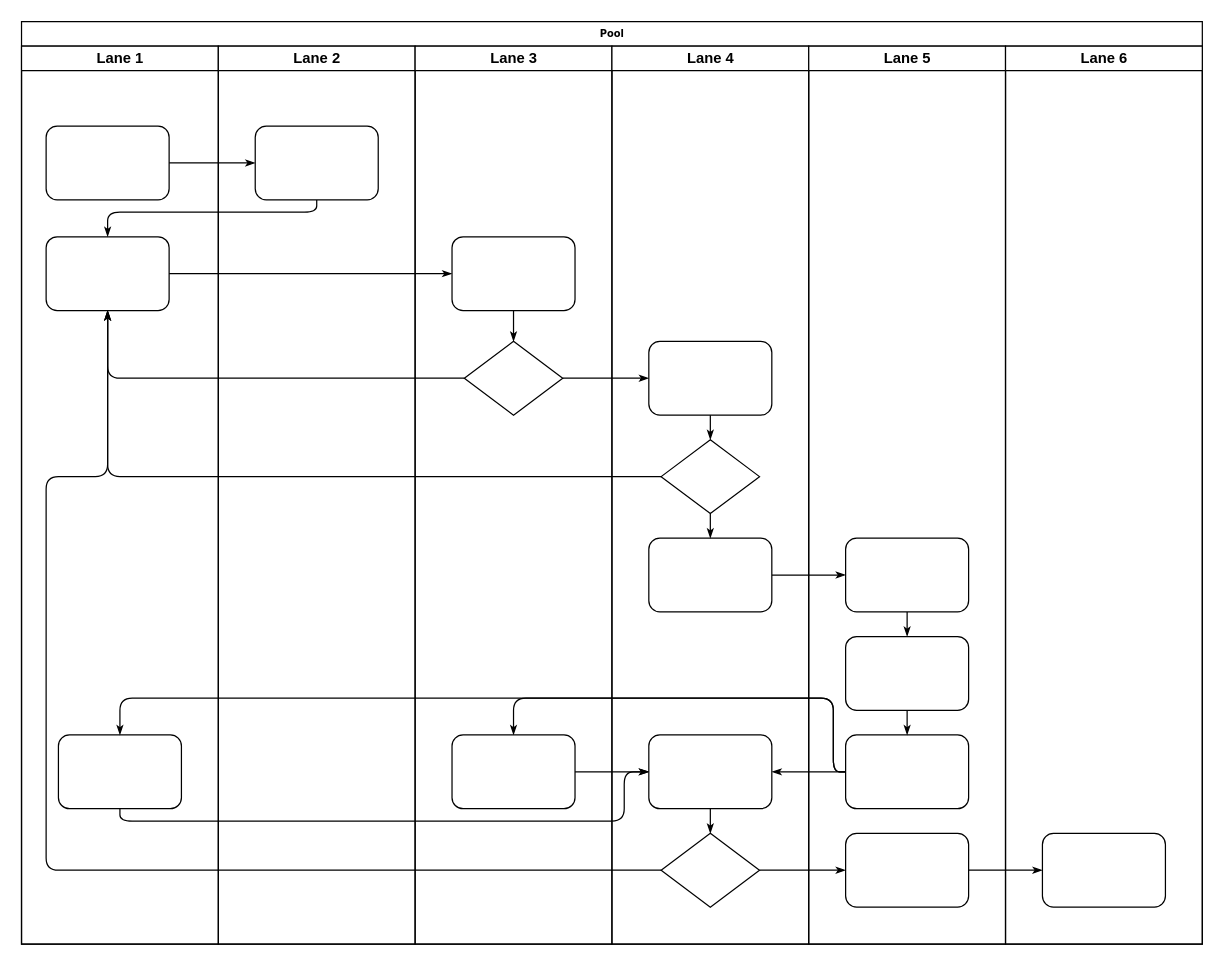
Before: Untitled Diagram.drawio in raichalvarghese/Weather-Forecast-MiniProject, a draw.io diagram. Source tidied: cells renumbered, new cells numbered last; positions are measured from the earlier drawing's top-left corner, leaving out a move shared by most shapes. Both pictures are drawn from the tidied source at 123%, with x=0, y=0 at pixel (21, 21).
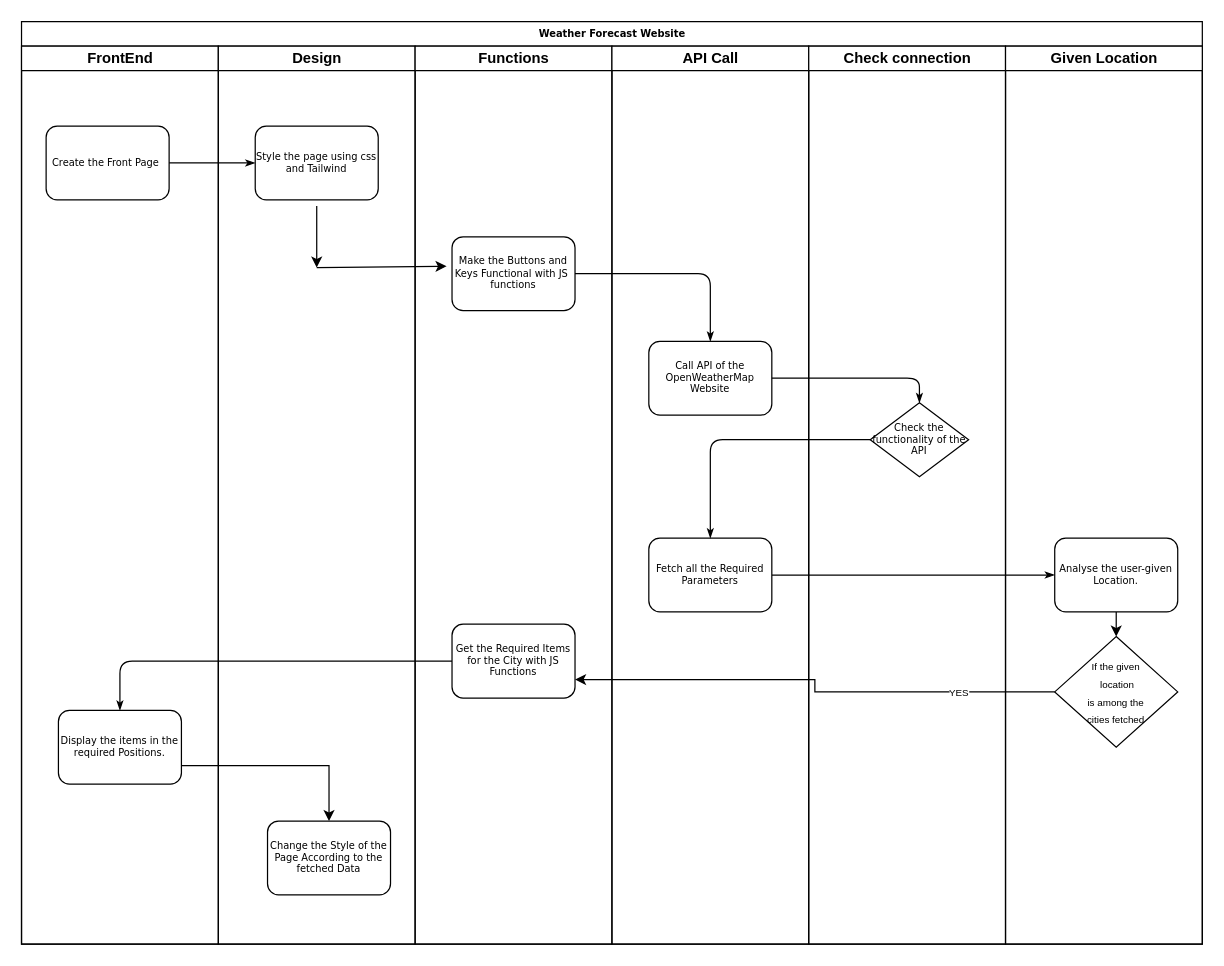
The same page after the edit.

The edit, as a diff of the source:
```diff
@@
-    <mxCell id="2" value="Pool" style="swimlane;html=1;startSize=20;rounded=0;shadow=0;labelBackgroundColor=none;strokeWidth=1;fontFamily=Verdana;fontSize=8;align=center;" parent="1" vertex="1">
+    <mxCell id="2" value="Weather Forecast Website" style="swimlane;html=1;startSize=20;rounded=0;shadow=0;labelBackgroundColor=none;strokeWidth=1;fontFamily=Verdana;fontSize=8;align=center;" parent="1" vertex="1">
       <mxGeometry width="960" height="750" as="geometry" />
     </mxCell>
-    <mxCell id="3" value="Lane 1" style="swimlane;html=1;startSize=20;" parent="2" vertex="1">
+    <mxCell id="3" value="FrontEnd" style="swimlane;html=1;startSize=20;" parent="2" vertex="1">
       <mxGeometry y="20" width="160" height="730" as="geometry" />
     </mxCell>
-    <mxCell id="4" style="rounded=1;whiteSpace=wrap;html=1;shadow=0;labelBackgroundColor=none;strokeWidth=1;fontFamily=Verdana;fontSize=8;align=center;" parent="3" vertex="1">
+    <mxCell id="4" value="Create the Front Page&amp;nbsp;" style="rounded=1;whiteSpace=wrap;html=1;shadow=0;labelBackgroundColor=none;strokeWidth=1;fontFamily=Verdana;fontSize=8;align=center;" parent="3" vertex="1">
       <mxGeometry x="20" y="65" width="100" height="60" as="geometry" />
     </mxCell>
-    <mxCell id="5" style="rounded=1;whiteSpace=wrap;html=1;shadow=0;labelBackgroundColor=none;strokeWidth=1;fontFamily=Verdana;fontSize=8;align=center;" parent="3" vertex="1">
-      <mxGeometry x="20" y="155" width="100" height="60" as="geometry" />
-    </mxCell>
-    <mxCell id="6" style="rounded=1;whiteSpace=wrap;html=1;shadow=0;labelBackgroundColor=none;strokeWidth=1;fontFamily=Verdana;fontSize=8;align=center;" parent="3" vertex="1">
-      <mxGeometry x="30" y="560" width="100" height="60" as="geometry" />
-    </mxCell>
+    <mxCell id="41" value="Display the items in the required Positions." style="rounded=1;whiteSpace=wrap;html=1;shadow=0;labelBackgroundColor=none;strokeWidth=1;fontFamily=Verdana;fontSize=8;align=center;" parent="3" vertex="1">
+      <mxGeometry x="30" y="540" width="100" height="60" as="geometry" />
+    </mxCell>
@@
-    <mxCell id="8" style="edgeStyle=orthogonalEdgeStyle;rounded=1;html=1;labelBackgroundColor=none;startArrow=none;startFill=0;startSize=5;endArrow=classicThin;endFill=1;endSize=5;jettySize=auto;strokeWidth=1;fontFamily=Verdana;fontSize=8;" parent="2" edge="1" source="23" target="5">
-      <mxGeometry relative="1" as="geometry">
-        <Array as="points">
-          <mxPoint x="240" y="155" />
-          <mxPoint x="70" y="155" />
-        </Array>
-      </mxGeometry>
-    </mxCell>
-    <mxCell id="9" style="edgeStyle=orthogonalEdgeStyle;rounded=1;html=1;labelBackgroundColor=none;startArrow=none;startFill=0;startSize=5;endArrow=classicThin;endFill=1;endSize=5;jettySize=auto;strokeWidth=1;fontFamily=Verdana;fontSize=8;" parent="2" edge="1" source="5" target="25">
-      <mxGeometry relative="1" as="geometry" />
-    </mxCell>
-    <mxCell id="10" style="edgeStyle=orthogonalEdgeStyle;rounded=1;html=1;labelBackgroundColor=none;startArrow=none;startFill=0;startSize=5;endArrow=classicThin;endFill=1;endSize=5;jettySize=auto;strokeWidth=1;fontFamily=Verdana;fontSize=8;" parent="2" edge="1" source="26" target="5">
-      <mxGeometry relative="1" as="geometry" />
-    </mxCell>
-    <mxCell id="11" style="edgeStyle=orthogonalEdgeStyle;rounded=1;html=1;labelBackgroundColor=none;startArrow=none;startFill=0;startSize=5;endArrow=classicThin;endFill=1;endSize=5;jettySize=auto;strokeWidth=1;fontFamily=Verdana;fontSize=8;" parent="2" edge="1" source="31" target="5">
-      <mxGeometry relative="1" as="geometry" />
-    </mxCell>
-    <mxCell id="12" style="edgeStyle=orthogonalEdgeStyle;rounded=1;html=1;labelBackgroundColor=none;startArrow=none;startFill=0;startSize=5;endArrow=classicThin;endFill=1;endSize=5;jettySize=auto;strokeWidth=1;fontFamily=Verdana;fontSize=8;" parent="2" edge="1" source="34" target="5">
-      <mxGeometry relative="1" as="geometry">
-        <Array as="points">
-          <mxPoint x="20" y="690" />
-          <mxPoint x="20" y="370" />
-          <mxPoint x="70" y="370" />
-        </Array>
-      </mxGeometry>
-    </mxCell>
-    <mxCell id="13" style="edgeStyle=orthogonalEdgeStyle;rounded=1;html=1;labelBackgroundColor=none;startArrow=none;startFill=0;startSize=5;endArrow=classicThin;endFill=1;endSize=5;jettySize=auto;strokeWidth=1;fontFamily=Verdana;fontSize=8;" parent="2" edge="1" source="26" target="30">
-      <mxGeometry relative="1" as="geometry" />
-    </mxCell>
-    <mxCell id="14" style="edgeStyle=orthogonalEdgeStyle;rounded=1;html=1;labelBackgroundColor=none;startArrow=none;startFill=0;startSize=5;endArrow=classicThin;endFill=1;endSize=5;jettySize=auto;strokeWidth=1;fontFamily=Verdana;fontSize=8;" parent="2" edge="1" source="34" target="42">
-      <mxGeometry relative="1" as="geometry" />
-    </mxCell>
-    <mxCell id="15" style="edgeStyle=orthogonalEdgeStyle;rounded=1;html=1;labelBackgroundColor=none;startArrow=none;startFill=0;startSize=5;endArrow=classicThin;endFill=1;endSize=5;jettySize=auto;strokeWidth=1;fontFamily=Verdana;fontSize=8;" parent="2" edge="1" source="42" target="46">
-      <mxGeometry relative="1" as="geometry" />
-    </mxCell>
@@
-    <mxCell id="17" style="edgeStyle=orthogonalEdgeStyle;rounded=1;html=1;labelBackgroundColor=none;startArrow=none;startFill=0;startSize=5;endArrow=classicThin;endFill=1;endSize=5;jettySize=auto;strokeWidth=1;fontFamily=Verdana;fontSize=8;" parent="2" edge="1" source="41" target="27">
-      <mxGeometry relative="1" as="geometry">
-        <Array as="points">
-          <mxPoint x="660" y="610" />
-          <mxPoint x="660" y="550" />
-          <mxPoint x="400" y="550" />
-        </Array>
-      </mxGeometry>
-    </mxCell>
-    <mxCell id="18" style="edgeStyle=orthogonalEdgeStyle;rounded=1;html=1;labelBackgroundColor=none;startArrow=none;startFill=0;startSize=5;endArrow=classicThin;endFill=1;endSize=5;jettySize=auto;strokeColor=#000000;strokeWidth=1;fontFamily=Verdana;fontSize=8;fontColor=#000000;" parent="2" edge="1" source="41" target="33">
-      <mxGeometry relative="1" as="geometry" />
-    </mxCell>
-    <mxCell id="19" style="edgeStyle=orthogonalEdgeStyle;rounded=1;html=1;labelBackgroundColor=none;startArrow=none;startFill=0;startSize=5;endArrow=classicThin;endFill=1;endSize=5;jettySize=auto;strokeWidth=1;fontFamily=Verdana;fontSize=8;" parent="2" edge="1" source="41" target="6">
-      <mxGeometry relative="1" as="geometry">
-        <Array as="points">
-          <mxPoint x="660" y="610" />
-          <mxPoint x="660" y="550" />
-          <mxPoint x="80" y="550" />
-        </Array>
-      </mxGeometry>
-    </mxCell>
-    <mxCell id="20" style="edgeStyle=orthogonalEdgeStyle;rounded=1;html=1;labelBackgroundColor=none;startArrow=none;startFill=0;startSize=5;endArrow=classicThin;endFill=1;endSize=5;jettySize=auto;strokeWidth=1;fontFamily=Verdana;fontSize=8;" parent="2" edge="1" source="6" target="33">
-      <mxGeometry relative="1" as="geometry">
-        <Array as="points">
-          <mxPoint x="80" y="650" />
-          <mxPoint x="490" y="650" />
-          <mxPoint x="490" y="610" />
-        </Array>
-      </mxGeometry>
-    </mxCell>
-    <mxCell id="21" style="edgeStyle=orthogonalEdgeStyle;rounded=1;html=1;labelBackgroundColor=none;startArrow=none;startFill=0;startSize=5;endArrow=classicThin;endFill=1;endSize=5;jettySize=auto;strokeWidth=1;fontFamily=Verdana;fontSize=8;" parent="2" edge="1" source="27" target="33">
-      <mxGeometry relative="1" as="geometry" />
-    </mxCell>
-    <mxCell id="22" value="Lane 2" style="swimlane;html=1;startSize=20;" parent="2" vertex="1">
+    <mxCell id="22" value="Design" style="swimlane;html=1;startSize=20;" parent="2" vertex="1">
       <mxGeometry x="160" y="20" width="160" height="730" as="geometry" />
     </mxCell>
-    <mxCell id="23" style="rounded=1;whiteSpace=wrap;html=1;shadow=0;labelBackgroundColor=none;strokeWidth=1;fontFamily=Verdana;fontSize=8;align=center;" parent="22" vertex="1">
+    <mxCell id="23" value="Style the page using css and Tailwind" style="rounded=1;whiteSpace=wrap;html=1;shadow=0;labelBackgroundColor=none;strokeWidth=1;fontFamily=Verdana;fontSize=8;align=center;" parent="22" vertex="1">
       <mxGeometry x="30" y="65" width="100" height="60" as="geometry" />
     </mxCell>
+    <mxCell id="47" value="Change the Style of the Page According to the fetched Data" style="rounded=1;whiteSpace=wrap;html=1;shadow=0;labelBackgroundColor=none;strokeWidth=1;fontFamily=Verdana;fontSize=8;align=center;" parent="22" vertex="1">
+      <mxGeometry x="40" y="630" width="100" height="60" as="geometry" />
+    </mxCell>
-    <mxCell id="24" value="Lane 3" style="swimlane;html=1;startSize=20;" parent="2" vertex="1">
+    <mxCell id="24" value="Functions" style="swimlane;html=1;startSize=20;" parent="2" vertex="1">
       <mxGeometry x="320" y="20" width="160" height="730" as="geometry" />
     </mxCell>
-    <mxCell id="25" style="rounded=1;whiteSpace=wrap;html=1;shadow=0;labelBackgroundColor=none;strokeWidth=1;fontFamily=Verdana;fontSize=8;align=center;" parent="24" vertex="1">
+    <mxCell id="25" value="Make the Buttons and Keys Functional with JS&amp;nbsp;&lt;br&gt;functions" style="rounded=1;whiteSpace=wrap;html=1;shadow=0;labelBackgroundColor=none;strokeWidth=1;fontFamily=Verdana;fontSize=8;align=center;" parent="24" vertex="1">
       <mxGeometry x="30" y="155" width="100" height="60" as="geometry" />
     </mxCell>
-    <mxCell id="26" style="rhombus;whiteSpace=wrap;html=1;rounded=0;shadow=0;labelBackgroundColor=none;strokeWidth=1;fontFamily=Verdana;fontSize=8;align=center;" parent="24" vertex="1">
-      <mxGeometry x="40" y="240" width="80" height="60" as="geometry" />
-    </mxCell>
-    <mxCell id="27" style="rounded=1;whiteSpace=wrap;html=1;shadow=0;labelBackgroundColor=none;strokeWidth=1;fontFamily=Verdana;fontSize=8;align=center;" parent="24" vertex="1">
-      <mxGeometry x="30" y="560" width="100" height="60" as="geometry" />
-    </mxCell>
-    <mxCell id="28" style="edgeStyle=orthogonalEdgeStyle;rounded=1;html=1;labelBackgroundColor=none;startArrow=none;startFill=0;startSize=5;endArrow=classicThin;endFill=1;endSize=5;jettySize=auto;strokeWidth=1;fontFamily=Verdana;fontSize=8;" parent="24" edge="1" source="25" target="26">
-      <mxGeometry relative="1" as="geometry" />
-    </mxCell>
+    <mxCell id="40" value="Get the Required Items for the City with JS Functions" style="rounded=1;whiteSpace=wrap;html=1;shadow=0;labelBackgroundColor=none;strokeWidth=1;fontFamily=Verdana;fontSize=8;align=center;" parent="24" vertex="1">
+      <mxGeometry x="30" y="470" width="100" height="60" as="geometry" />
+    </mxCell>
-    <mxCell id="29" value="Lane 4" style="swimlane;html=1;startSize=20;" parent="2" vertex="1">
+    <mxCell id="29" value="API Call" style="swimlane;html=1;startSize=20;" parent="2" vertex="1">
       <mxGeometry x="480" y="20" width="160" height="730" as="geometry" />
     </mxCell>
-    <mxCell id="30" style="rounded=1;whiteSpace=wrap;html=1;shadow=0;labelBackgroundColor=none;strokeWidth=1;fontFamily=Verdana;fontSize=8;align=center;" parent="29" vertex="1">
+    <mxCell id="30" value="Call API of the OpenWeatherMap Website" style="rounded=1;whiteSpace=wrap;html=1;shadow=0;labelBackgroundColor=none;strokeWidth=1;fontFamily=Verdana;fontSize=8;align=center;" parent="29" vertex="1">
       <mxGeometry x="30" y="240" width="100" height="60" as="geometry" />
     </mxCell>
+    <mxCell id="32" value="Fetch all the Required Parameters" style="rounded=1;whiteSpace=wrap;html=1;shadow=0;labelBackgroundColor=none;strokeWidth=1;fontFamily=Verdana;fontSize=8;align=center;" parent="29" vertex="1">
+      <mxGeometry x="30" y="400" width="100" height="60" as="geometry" />
+    </mxCell>
+    <mxCell id="38" value="Check connection" style="swimlane;html=1;startSize=20;" parent="2" vertex="1">
+      <mxGeometry x="640" y="20" width="160" height="730" as="geometry" />
+    </mxCell>
-    <mxCell id="31" style="rhombus;whiteSpace=wrap;html=1;rounded=0;shadow=0;labelBackgroundColor=none;strokeWidth=1;fontFamily=Verdana;fontSize=8;align=center;" parent="29" vertex="1">
-      <mxGeometry x="40" y="320" width="80" height="60" as="geometry" />
+    <mxCell id="31" value="Check the functionality of the API" style="rhombus;whiteSpace=wrap;html=1;rounded=0;shadow=0;labelBackgroundColor=none;strokeWidth=1;fontFamily=Verdana;fontSize=8;align=center;" parent="38" vertex="1">
+      <mxGeometry x="50" y="290" width="80" height="60" as="geometry" />
     </mxCell>
-    <mxCell id="32" style="rounded=1;whiteSpace=wrap;html=1;shadow=0;labelBackgroundColor=none;strokeWidth=1;fontFamily=Verdana;fontSize=8;align=center;" parent="29" vertex="1">
-      <mxGeometry x="30" y="400" width="100" height="60" as="geometry" />
-    </mxCell>
-    <mxCell id="33" style="rounded=1;whiteSpace=wrap;html=1;shadow=0;labelBackgroundColor=none;strokeWidth=1;fontFamily=Verdana;fontSize=8;align=center;" parent="29" vertex="1">
-      <mxGeometry x="30" y="560" width="100" height="60" as="geometry" />
-    </mxCell>
-    <mxCell id="34" style="rhombus;whiteSpace=wrap;html=1;rounded=0;shadow=0;labelBackgroundColor=none;strokeWidth=1;fontFamily=Verdana;fontSize=8;align=center;" parent="29" vertex="1">
-      <mxGeometry x="40" y="640" width="80" height="60" as="geometry" />
-    </mxCell>
+    <mxCell id="45" value="Given Location" style="swimlane;html=1;startSize=20;" parent="2" vertex="1">
+      <mxGeometry x="800" y="20" width="160" height="730" as="geometry" />
+    </mxCell>
+    <mxCell id="48" style="edgeStyle=orthogonalEdgeStyle;rounded=0;jettySize=auto;html=1;exitX=0.5;exitY=1;exitDx=0;exitDy=0;entryX=0.5;entryY=0;entryDx=0;entryDy=0;fontSize=8;" parent="45" edge="1" source="39" target="49">
+      <mxGeometry relative="1" as="geometry" />
+    </mxCell>
+    <mxCell id="39" value="Analyse the user-given Location." style="rounded=1;whiteSpace=wrap;html=1;shadow=0;labelBackgroundColor=none;strokeWidth=1;fontFamily=Verdana;fontSize=8;align=center;" parent="45" vertex="1">
+      <mxGeometry x="40" y="400" width="100" height="60" as="geometry" />
+    </mxCell>
+    <mxCell id="49" value="&lt;font style=&quot;font-size: 8px;&quot;&gt;If the given&lt;br&gt;&amp;nbsp;location &lt;br&gt;is among the &lt;br&gt;cities fetched&lt;/font&gt;" style="rhombus;whiteSpace=wrap;html=1;" parent="45" vertex="1">
+      <mxGeometry x="40" y="480" width="100" height="90" as="geometry" />
+    </mxCell>
+    <mxCell id="50" style="edgeStyle=orthogonalEdgeStyle;rounded=0;orthogonalLoop=1;jettySize=auto;html=1;exitX=0.5;exitY=1;exitDx=0;exitDy=0;fontSize=8;" parent="45" edge="1" source="49" target="49">
+      <mxGeometry relative="1" as="geometry" />
+    </mxCell>
+    <mxCell id="28" style="edgeStyle=orthogonalEdgeStyle;rounded=1;html=1;labelBackgroundColor=none;startArrow=none;startFill=0;startSize=5;endArrow=classicThin;endFill=1;endSize=5;jettySize=auto;strokeWidth=1;fontFamily=Verdana;fontSize=8;entryX=0.5;entryY=0;entryDx=0;entryDy=0;" parent="2" edge="1" source="25" target="30">
+      <mxGeometry relative="1" as="geometry" />
+    </mxCell>
-    <mxCell id="35" style="edgeStyle=orthogonalEdgeStyle;rounded=1;html=1;labelBackgroundColor=none;startArrow=none;startFill=0;startSize=5;endArrow=classicThin;endFill=1;endSize=5;jettySize=auto;strokeColor=#000000;strokeWidth=1;fontFamily=Verdana;fontSize=8;fontColor=#000000;" parent="29" edge="1" source="30" target="31">
-      <mxGeometry relative="1" as="geometry" />
+    <mxCell id="35" style="edgeStyle=orthogonalEdgeStyle;rounded=1;html=1;labelBackgroundColor=none;startArrow=none;startFill=0;startSize=5;endArrow=classicThin;endFill=1;endSize=5;jettySize=auto;strokeColor=#000000;strokeWidth=1;fontFamily=Verdana;fontSize=8;fontColor=#000000;" parent="2" edge="1" source="30" target="31">
+      <mxGeometry relative="1" as="geometry">
+        <Array as="points">
+          <mxPoint x="730" y="290" />
+        </Array>
+      </mxGeometry>
     </mxCell>
-    <mxCell id="36" style="edgeStyle=orthogonalEdgeStyle;rounded=1;html=1;labelBackgroundColor=none;startArrow=none;startFill=0;startSize=5;endArrow=classicThin;endFill=1;endSize=5;jettySize=auto;strokeWidth=1;fontFamily=Verdana;fontSize=8;" parent="29" edge="1" source="31" target="32">
+    <mxCell id="36" style="edgeStyle=orthogonalEdgeStyle;rounded=1;html=1;labelBackgroundColor=none;startArrow=none;startFill=0;startSize=5;endArrow=classicThin;endFill=1;endSize=5;jettySize=auto;strokeWidth=1;fontFamily=Verdana;fontSize=8;" parent="2" edge="1" source="31" target="32">
       <mxGeometry relative="1" as="geometry" />
     </mxCell>
-    <mxCell id="37" style="edgeStyle=orthogonalEdgeStyle;rounded=1;html=1;labelBackgroundColor=none;startArrow=none;startFill=0;startSize=5;endArrow=classicThin;endFill=1;endSize=5;jettySize=auto;strokeWidth=1;fontFamily=Verdana;fontSize=8;" parent="29" edge="1" source="33" target="34">
-      <mxGeometry relative="1" as="geometry" />
-    </mxCell>
-    <mxCell id="38" value="Lane 5" style="swimlane;html=1;startSize=20;" parent="2" vertex="1">
-      <mxGeometry x="640" y="20" width="160" height="730" as="geometry" />
-    </mxCell>
-    <mxCell id="39" style="rounded=1;whiteSpace=wrap;html=1;shadow=0;labelBackgroundColor=none;strokeWidth=1;fontFamily=Verdana;fontSize=8;align=center;" parent="38" vertex="1">
-      <mxGeometry x="30" y="400" width="100" height="60" as="geometry" />
-    </mxCell>
-    <mxCell id="40" style="rounded=1;whiteSpace=wrap;html=1;shadow=0;labelBackgroundColor=none;strokeWidth=1;fontFamily=Verdana;fontSize=8;align=center;" parent="38" vertex="1">
-      <mxGeometry x="30" y="480" width="100" height="60" as="geometry" />
-    </mxCell>
-    <mxCell id="41" style="rounded=1;whiteSpace=wrap;html=1;shadow=0;labelBackgroundColor=none;strokeWidth=1;fontFamily=Verdana;fontSize=8;align=center;" parent="38" vertex="1">
-      <mxGeometry x="30" y="560" width="100" height="60" as="geometry" />
-    </mxCell>
-    <mxCell id="42" style="rounded=1;whiteSpace=wrap;html=1;shadow=0;labelBackgroundColor=none;strokeWidth=1;fontFamily=Verdana;fontSize=8;align=center;" parent="38" vertex="1">
-      <mxGeometry x="30" y="640" width="100" height="60" as="geometry" />
-    </mxCell>
-    <mxCell id="43" style="edgeStyle=orthogonalEdgeStyle;rounded=1;html=1;labelBackgroundColor=none;startArrow=none;startFill=0;startSize=5;endArrow=classicThin;endFill=1;endSize=5;jettySize=auto;strokeWidth=1;fontFamily=Verdana;fontSize=8;" parent="38" edge="1" source="39" target="40">
-      <mxGeometry relative="1" as="geometry" />
-    </mxCell>
+    <mxCell id="51" style="edgeStyle=orthogonalEdgeStyle;rounded=0;jettySize=auto;html=1;exitX=0;exitY=0.5;exitDx=0;exitDy=0;entryX=1;entryY=0.75;entryDx=0;entryDy=0;fontSize=8;" parent="2" edge="1" source="49" target="40">
+      <mxGeometry relative="1" as="geometry" />
+    </mxCell>
+    <mxCell id="52" value="YES" style="edgeLabel;html=1;align=center;verticalAlign=middle;fontSize=8;" parent="51" vertex="1">
+      <mxGeometry x="-0.6" relative="1" as="geometry">
+        <mxPoint x="1" as="offset" />
+      </mxGeometry>
+    </mxCell>
-    <mxCell id="44" style="edgeStyle=orthogonalEdgeStyle;rounded=1;html=1;labelBackgroundColor=none;startArrow=none;startFill=0;startSize=5;endArrow=classicThin;endFill=1;endSize=5;jettySize=auto;strokeWidth=1;fontFamily=Verdana;fontSize=8;" parent="38" edge="1" source="40" target="41">
+    <mxCell id="44" style="edgeStyle=orthogonalEdgeStyle;rounded=1;html=1;labelBackgroundColor=none;startArrow=none;startFill=0;startSize=5;endArrow=classicThin;endFill=1;endSize=5;jettySize=auto;strokeWidth=1;fontFamily=Verdana;fontSize=8;" parent="2" edge="1" source="40" target="41">
       <mxGeometry relative="1" as="geometry" />
     </mxCell>
-    <mxCell id="45" value="Lane 6" style="swimlane;html=1;startSize=20;" parent="2" vertex="1">
-      <mxGeometry x="800" y="20" width="160" height="730" as="geometry" />
-    </mxCell>
-    <mxCell id="46" style="rounded=1;whiteSpace=wrap;html=1;shadow=0;labelBackgroundColor=none;strokeWidth=1;fontFamily=Verdana;fontSize=8;align=center;" parent="45" vertex="1">
-      <mxGeometry x="30" y="640" width="100" height="60" as="geometry" />
-    </mxCell>
+    <mxCell id="53" style="edgeStyle=orthogonalEdgeStyle;rounded=0;jettySize=auto;html=1;exitX=1;exitY=0.75;exitDx=0;exitDy=0;fontSize=8;" parent="2" edge="1" source="41" target="47">
+      <mxGeometry relative="1" as="geometry" />
+    </mxCell>
+    <mxCell id="54" style="endArrow=classic;html=1;rounded=0;" parent="1" edge="1">
+      <mxGeometry relative="1" as="geometry">
+        <mxPoint x="240" y="150" as="sourcePoint" />
+        <mxPoint x="240" y="200" as="targetPoint" />
+      </mxGeometry>
+    </mxCell>
+    <mxCell id="55" style="endArrow=classic;html=1;rounded=0;entryX=-0.044;entryY=0.4;entryDx=0;entryDy=0;entryPerimeter=0;" parent="1" edge="1" target="25">
+      <mxGeometry relative="1" as="geometry">
+        <mxPoint x="240" y="200" as="sourcePoint" />
+      </mxGeometry>
+    </mxCell>
```
